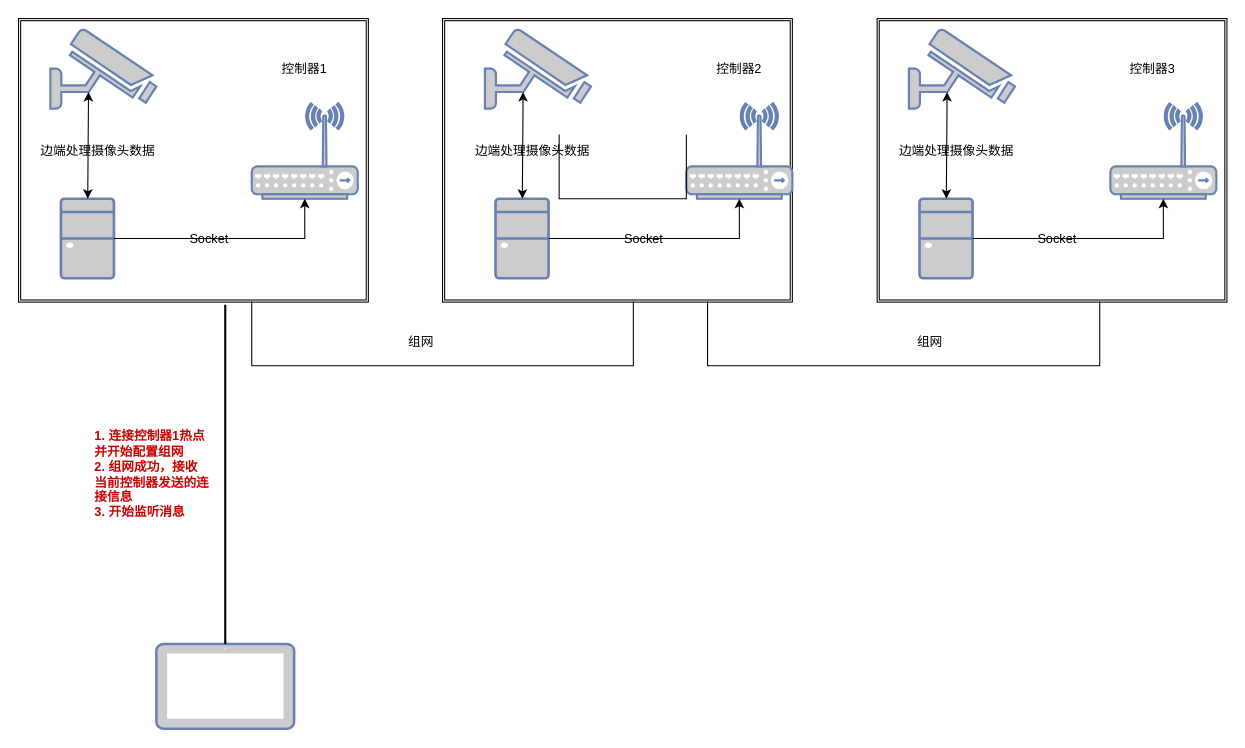
striker-hz/MaterialManagementSystemPythonGUI- keeps this draw.io diagram as 鸿蒙远程瞭望.drawio. Above is the earlier version. Source tidied: cells renumbered, new cells numbered last; positions are measured from the earlier drawing's top-left corner, leaving out a move shared by most shapes. Both pictures are drawn from the tidied source at 106%, with x=0, y=0 at pixel (18, 18).
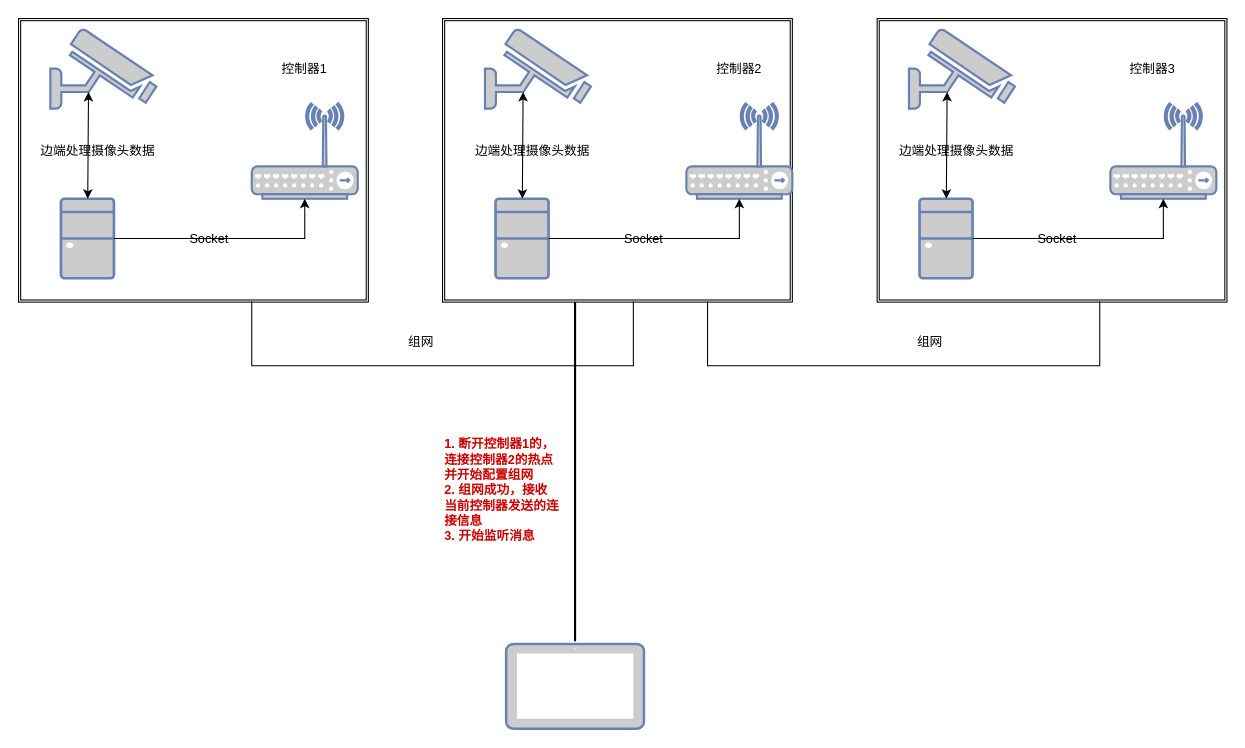
The same diagram, later.

Commit message (it also covers changes not shown here):
更新鸿蒙远程瞭望.drawio

Diff of the diagram source:
```diff
@@
     <mxCell id="8" style="fontColor=#0066CC;verticalAlign=top;verticalLabelPosition=bottom;labelPosition=center;align=center;html=1;fillColor=#CCCCCC;strokeColor=#6881B3;gradientColor=none;gradientDirection=north;strokeWidth=2;shape=mxgraph.networks.tablet;" parent="1" vertex="1">
-      <mxGeometry x="130" y="590" width="130" height="80" as="geometry" />
+      <mxGeometry x="460" y="590" width="130" height="80" as="geometry" />
     </mxCell>
@@
-    <mxCell id="24" style="shape=partialRectangle;whiteSpace=wrap;html=1;bottom=1;right=1;left=1;top=0;fillColor=none;routingCenterX=-0.5;" parent="1" vertex="1">
-      <mxGeometry x="510" y="110" width="120" height="60" as="geometry" />
-    </mxCell>
@@
     <mxCell id="32" style="line;strokeWidth=2;html=1;direction=south;" parent="1" vertex="1">
-      <mxGeometry x="190" y="270" width="10" height="320" as="geometry" />
+      <mxGeometry x="520" y="267.5" width="10" height="320" as="geometry" />
     </mxCell>
-    <mxCell id="33" value="&lt;b&gt;&lt;font color=&quot;#cc0000&quot;&gt;1. 连接控制器1热点并开始配置组网&lt;br&gt;&lt;/font&gt;&lt;/b&gt;&lt;div style=&quot;&quot;&gt;&lt;span style=&quot;background-color: initial;&quot;&gt;&lt;b&gt;&lt;font color=&quot;#cc0000&quot;&gt;2. 组网成功，接收当前控制器发送的连接信息&lt;/font&gt;&lt;/b&gt;&lt;/span&gt;&lt;/div&gt;&lt;div style=&quot;&quot;&gt;&lt;span style=&quot;background-color: initial;&quot;&gt;&lt;b&gt;&lt;font color=&quot;#cc0000&quot;&gt;3. 开始监听消息&lt;/font&gt;&lt;/b&gt;&lt;/span&gt;&lt;/div&gt;" style="text;html=1;strokeColor=none;fillColor=none;align=left;verticalAlign=middle;whiteSpace=wrap;rounded=0;" parent="1" vertex="1">
-      <mxGeometry x="70" y="365" width="110" height="130" as="geometry" />
+    <mxCell id="33" value="&lt;b&gt;&lt;font color=&quot;#cc0000&quot;&gt;1. 断开控制器1的，连接控制器2的热点并开始配置组网&lt;br&gt;&lt;/font&gt;&lt;/b&gt;&lt;div style=&quot;&quot;&gt;&lt;span style=&quot;background-color: initial;&quot;&gt;&lt;b&gt;&lt;font color=&quot;#cc0000&quot;&gt;2. 组网成功，接收当前控制器发送的连接信息&lt;/font&gt;&lt;/b&gt;&lt;/span&gt;&lt;/div&gt;&lt;div style=&quot;&quot;&gt;&lt;span style=&quot;background-color: initial;&quot;&gt;&lt;b&gt;&lt;font color=&quot;#cc0000&quot;&gt;3. 开始监听消息&lt;/font&gt;&lt;/b&gt;&lt;/span&gt;&lt;/div&gt;" style="text;html=1;strokeColor=none;fillColor=none;align=left;verticalAlign=middle;whiteSpace=wrap;rounded=0;" parent="1" vertex="1">
+      <mxGeometry x="400" y="380" width="110" height="130" as="geometry" />
     </mxCell>
```
